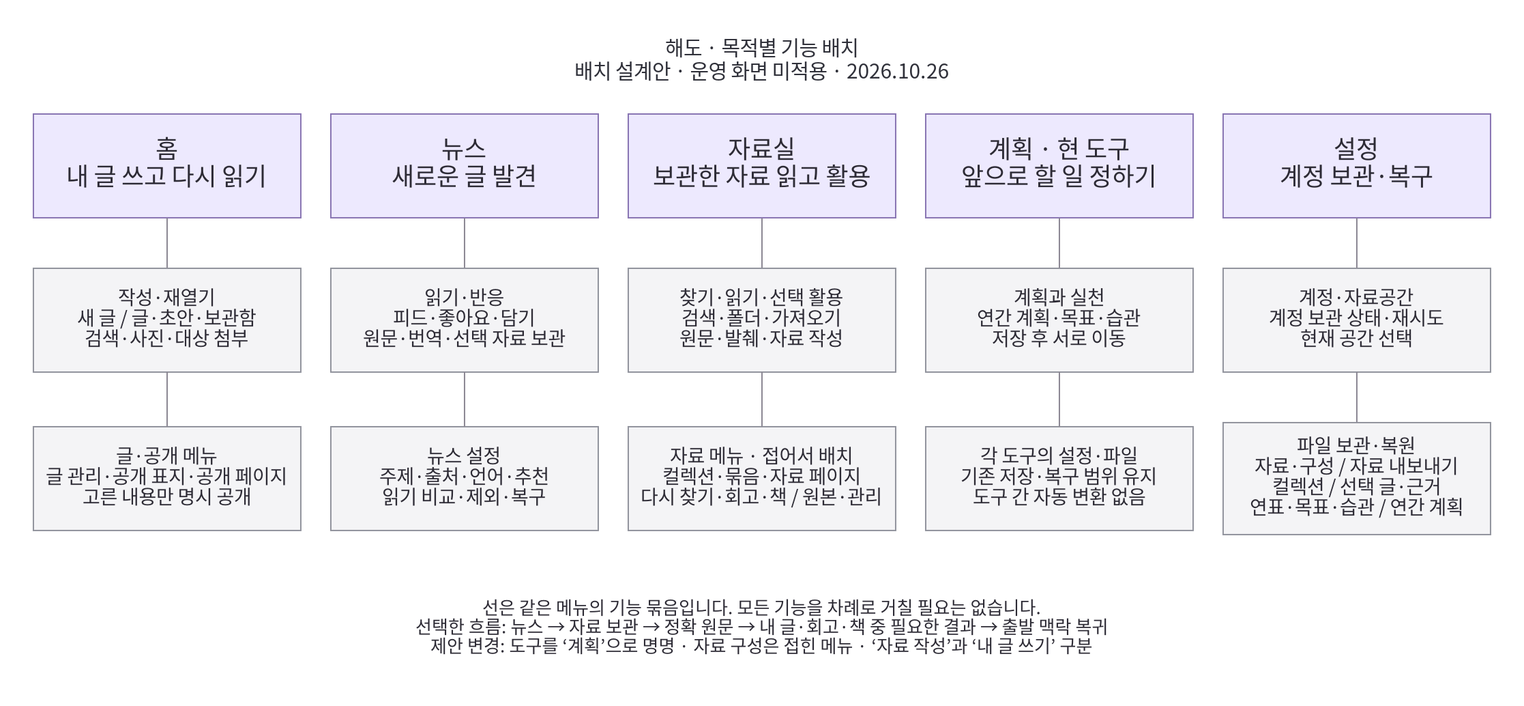
Above: docs/diagrams/rendered/product-placement-20261026.png in wonchance-art/life-haedo (Graphviz), before the change. Its source is kept beside it as docs/diagrams/product-placement-20261026.dot. Source of this version:
```dot
digraph HaedoPlacement {
  graph [rankdir=TB, bgcolor="white", pad="0.34", nodesep="0.30", ranksep="0.52", splines=line,
    fontname="Noto Sans CJK KR", fontsize=15, fontcolor="#30313a", labelloc=t,
    label="해도 · 목적별 기능 배치\n배치 설계안 · 운영 화면 미적용 · 2026.10.26\n "];
  node [shape=box, style=filled, fillcolor="#f4f4f6", color="#91939d", penwidth=1,
    width=2.72, height=1.05, margin="0.12,0.15", fontname="Noto Sans CJK KR", fontsize=14, fontcolor="#2d2b35"];
  edge [color="#8a8692", penwidth=1, dir=none];

  H [label="홈\n내 글 쓰고 다시 읽기", fillcolor="#ede9fe", color="#8874b2", fontsize=18];
  N [label="뉴스\n새로운 글 발견", fillcolor="#ede9fe", color="#8874b2", fontsize=18];
  L [label="자료실\n보관한 자료 읽고 활용", fillcolor="#ede9fe", color="#8874b2", fontsize=18];
  P [label="계획 · 현 도구\n앞으로 할 일 정하기", fillcolor="#ede9fe", color="#8874b2", fontsize=18];
  S [label="설정\n계정 보관·복구", fillcolor="#ede9fe", color="#8874b2", fontsize=18];

  H1 [label="작성·재열기\n새 글 / 글·초안·보관함\n검색·사진·대상 첨부"];
  H2 [label="글·공개 메뉴\n글 관리·공개 표지·공개 페이지\n고른 내용만 명시 공개"];
  N1 [label="읽기·반응\n피드·좋아요·담기\n원문·번역·선택 자료 보관"];
  N2 [label="뉴스 설정\n주제·출처·언어·추천\n읽기 비교·제외·복구"];
  L1 [label="찾기·읽기·선택 활용\n검색·폴더·가져오기\n원문·발췌·자료 작성"];
  L2 [label="자료 메뉴 · 접어서 배치\n컬렉션·묶음·자료 페이지\n다시 찾기·회고·책 / 원본·관리"];
  P1 [label="계획과 실천\n연간 계획·목표·습관\n저장 후 서로 이동"];
  P2 [label="각 도구의 설정·파일\n기존 저장·복구 범위 유지\n도구 간 자동 변환 없음"];
  S1 [label="계정·자료공간\n계정 보관 상태·재시도\n현재 공간 선택"];
  S2 [label="파일 보관·복원\n자료·구성 / 자료 내보내기\n컬렉션 / 선택 글·근거\n연표·목표·습관 / 연간 계획"];

  F [shape=plaintext, style="", width=0, height=0, fontsize=13,
    label="선은 같은 메뉴의 기능 묶음입니다. 모든 기능을 차례로 거칠 필요는 없습니다.\n선택한 흐름: 뉴스 → 자료 보관 → 정확 원문 → 내 글·회고·책 중 필요한 결과 → 출발 맥락 복귀\n제안 변경: 도구를 ‘계획’으로 명명 · 자료 구성은 접힌 메뉴 · ‘자료 작성’과 ‘내 글 쓰기’ 구분"];

  {rank=same; H; N; L; P; S;}
  {rank=same; H1; N1; L1; P1; S1;}
  {rank=same; H2; N2; L2; P2; S2;}
  H -> N -> L -> P -> S [style=invis, weight=100];
  H1 -> N1 -> L1 -> P1 -> S1 [style=invis, weight=100];
  H2 -> N2 -> L2 -> P2 -> S2 [style=invis, weight=100];
  H -> H1 -> H2;
  N -> N1 -> N2;
  L -> L1 -> L2;
  P -> P1 -> P2;
  S -> S1 -> S2;
  H2 -> F [style=invis];
  N2 -> F [style=invis];
  L2 -> F [style=invis];
  P2 -> F [style=invis];
  S2 -> F [style=invis];
}
```
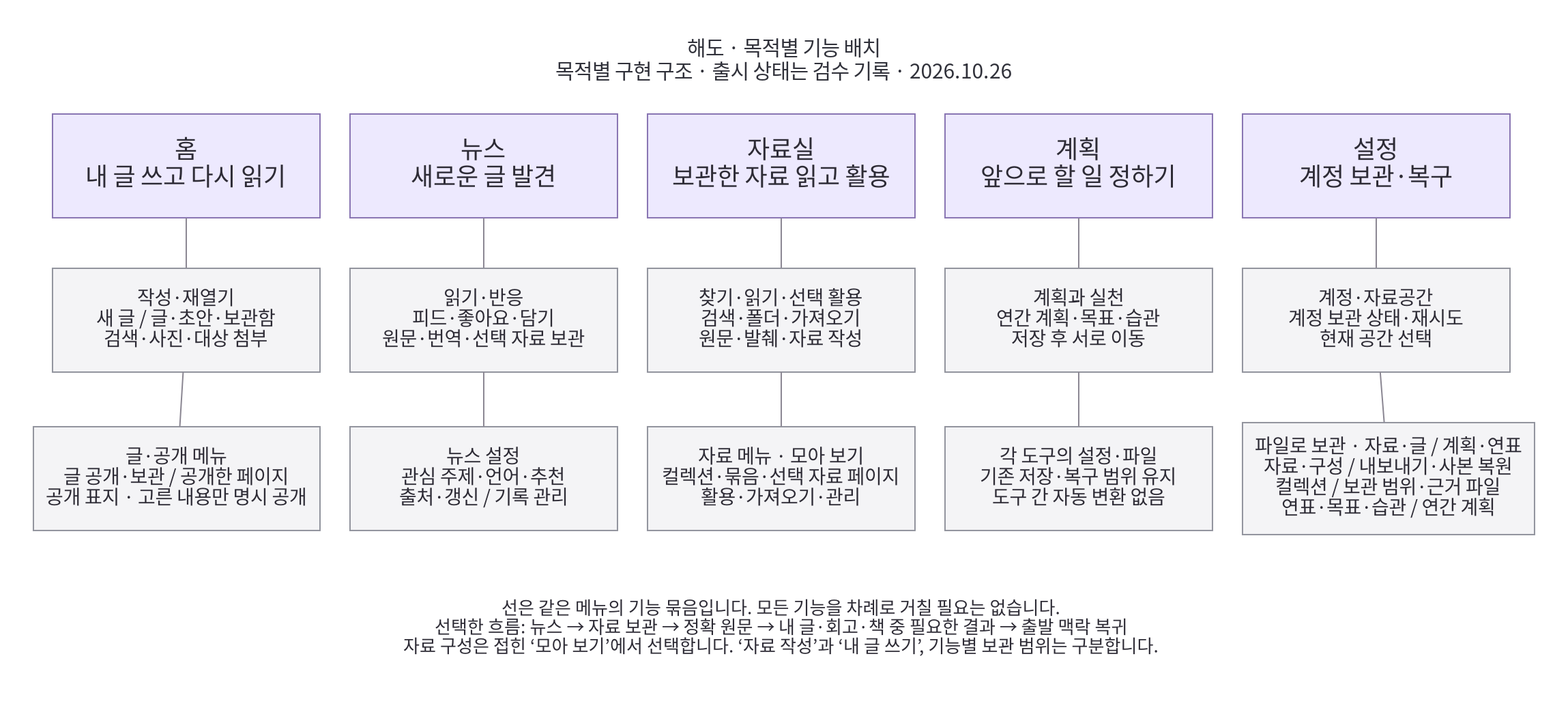
The same diagram one commit later.

What changed in the source:
```diff
@@ -1,7 +1,7 @@
 digraph HaedoPlacement {
   graph [rankdir=TB, bgcolor="white", pad="0.34", nodesep="0.30", ranksep="0.52", splines=line,
     fontname="Noto Sans CJK KR", fontsize=15, fontcolor="#30313a", labelloc=t,
-    label="해도 · 목적별 기능 배치\n배치 설계안 · 운영 화면 미적용 · 2026.10.26\n "];
+    label="해도 · 목적별 기능 배치\n목적별 구현 구조 · 출시 상태는 검수 기록 · 2026.10.26\n "];
   node [shape=box, style=filled, fillcolor="#f4f4f6", color="#91939d", penwidth=1,
     width=2.72, height=1.05, margin="0.12,0.15", fontname="Noto Sans CJK KR", fontsize=14, fontcolor="#2d2b35"];
   edge [color="#8a8692", penwidth=1, dir=none];
@@ -9,22 +9,22 @@
   H [label="홈\n내 글 쓰고 다시 읽기", fillcolor="#ede9fe", color="#8874b2", fontsize=18];
   N [label="뉴스\n새로운 글 발견", fillcolor="#ede9fe", color="#8874b2", fontsize=18];
   L [label="자료실\n보관한 자료 읽고 활용", fillcolor="#ede9fe", color="#8874b2", fontsize=18];
-  P [label="계획 · 현 도구\n앞으로 할 일 정하기", fillcolor="#ede9fe", color="#8874b2", fontsize=18];
+  P [label="계획\n앞으로 할 일 정하기", fillcolor="#ede9fe", color="#8874b2", fontsize=18];
   S [label="설정\n계정 보관·복구", fillcolor="#ede9fe", color="#8874b2", fontsize=18];
 
   H1 [label="작성·재열기\n새 글 / 글·초안·보관함\n검색·사진·대상 첨부"];
-  H2 [label="글·공개 메뉴\n글 관리·공개 표지·공개 페이지\n고른 내용만 명시 공개"];
+  H2 [label="글·공개 메뉴\n글 공개·보관 / 공개한 페이지\n공개 표지 · 고른 내용만 명시 공개"];
   N1 [label="읽기·반응\n피드·좋아요·담기\n원문·번역·선택 자료 보관"];
-  N2 [label="뉴스 설정\n주제·출처·언어·추천\n읽기 비교·제외·복구"];
+  N2 [label="뉴스 설정\n관심 주제·언어·추천\n출처·갱신 / 기록 관리"];
   L1 [label="찾기·읽기·선택 활용\n검색·폴더·가져오기\n원문·발췌·자료 작성"];
-  L2 [label="자료 메뉴 · 접어서 배치\n컬렉션·묶음·자료 페이지\n다시 찾기·회고·책 / 원본·관리"];
+  L2 [label="자료 메뉴 · 모아 보기\n컬렉션·묶음·선택 자료 페이지\n활용·가져오기·관리"];
   P1 [label="계획과 실천\n연간 계획·목표·습관\n저장 후 서로 이동"];
   P2 [label="각 도구의 설정·파일\n기존 저장·복구 범위 유지\n도구 간 자동 변환 없음"];
   S1 [label="계정·자료공간\n계정 보관 상태·재시도\n현재 공간 선택"];
-  S2 [label="파일 보관·복원\n자료·구성 / 자료 내보내기\n컬렉션 / 선택 글·근거\n연표·목표·습관 / 연간 계획"];
+  S2 [label="파일로 보관 · 자료·글 / 계획·연표\n자료·구성 / 내보내기·사본 복원\n컬렉션 / 보관 범위·근거 파일\n연표·목표·습관 / 연간 계획"];
 
   F [shape=plaintext, style="", width=0, height=0, fontsize=13,
-    label="선은 같은 메뉴의 기능 묶음입니다. 모든 기능을 차례로 거칠 필요는 없습니다.\n선택한 흐름: 뉴스 → 자료 보관 → 정확 원문 → 내 글·회고·책 중 필요한 결과 → 출발 맥락 복귀\n제안 변경: 도구를 ‘계획’으로 명명 · 자료 구성은 접힌 메뉴 · ‘자료 작성’과 ‘내 글 쓰기’ 구분"];
+    label="선은 같은 메뉴의 기능 묶음입니다. 모든 기능을 차례로 거칠 필요는 없습니다.\n선택한 흐름: 뉴스 → 자료 보관 → 정확 원문 → 내 글·회고·책 중 필요한 결과 → 출발 맥락 복귀\n자료 구성은 접힌 ‘모아 보기’에서 선택합니다. ‘자료 작성’과 ‘내 글 쓰기’, 기능별 보관 범위는 구분합니다."];
 
   {rank=same; H; N; L; P; S;}
   {rank=same; H1; N1; L1; P1; S1;}
```
